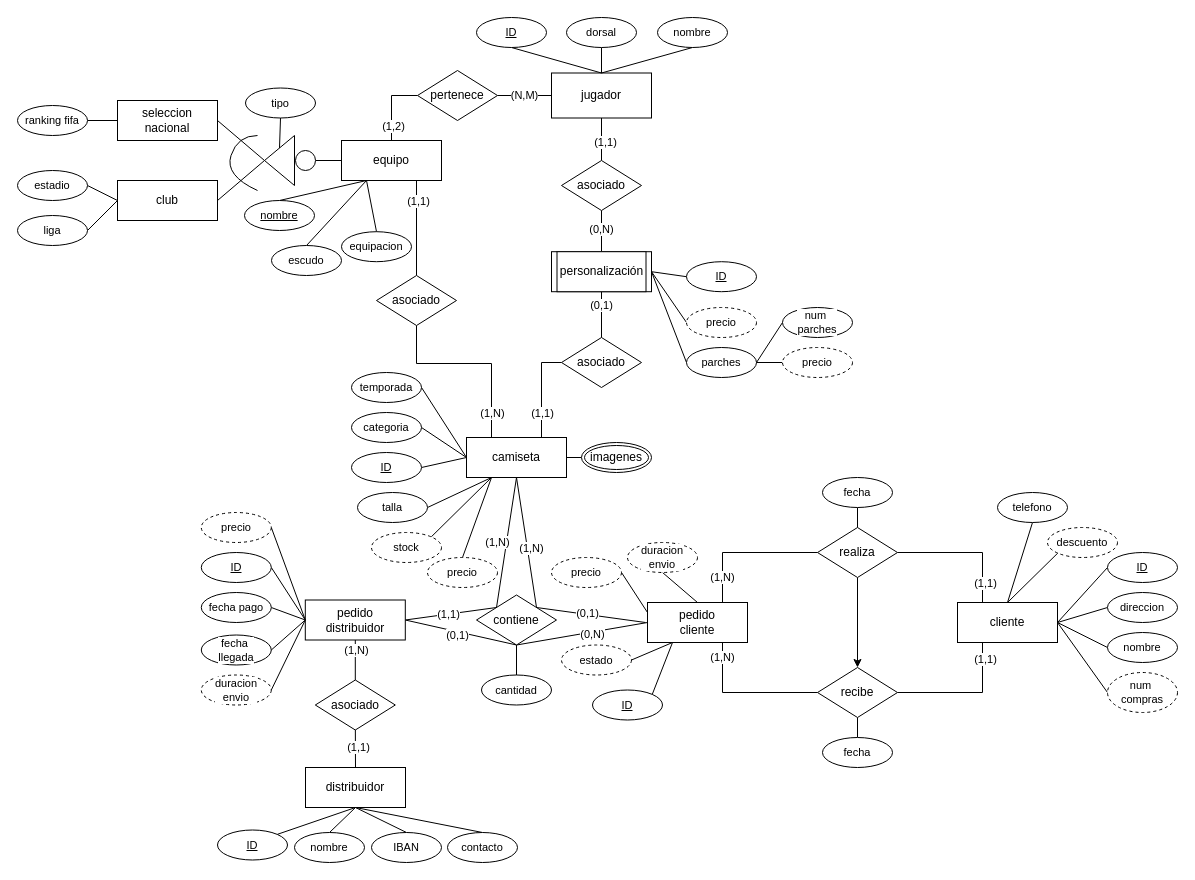
Above: pedidos_camisetas.drawio in Robertpm01/ADBD (draw.io), before the change. Source tidied: cells renumbered, new cells numbered last; positions are measured from the earlier drawing's top-left corner, leaving out a move shared by most shapes. Both pictures are drawn from the tidied source at 100%, with x=0, y=0 at pixel (17, 17).
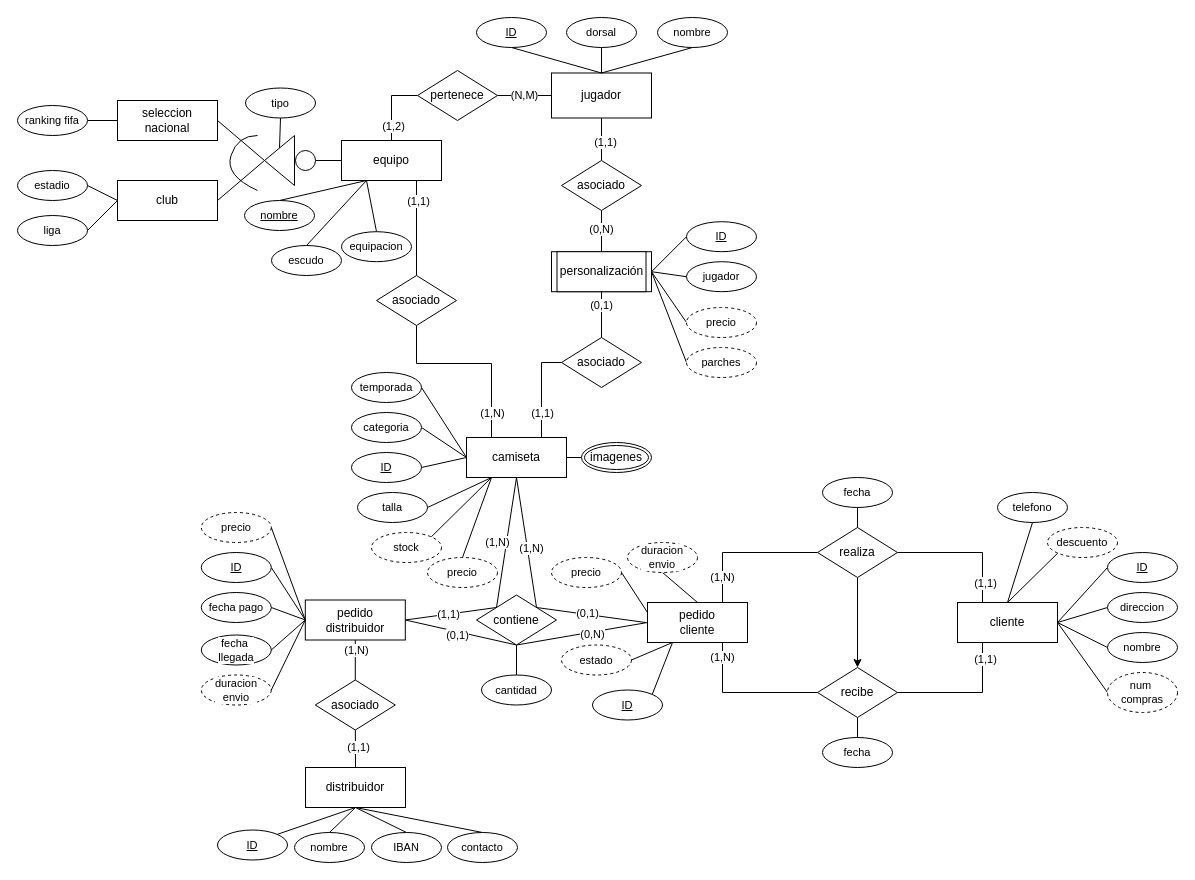
After the change.

The change refers to these unchanged cells:
```xml
<mxCell id="101" value="personalización" style="whiteSpace=wrap;html=1;align=center;" parent="1" vertex="1">
  <mxGeometry x="534" y="234.2" width="100" height="40" as="geometry" />
</mxCell>
```

Diff of the diagram source:
```diff
@@
+    <mxCell id="153" style="edgeStyle=none;shape=connector;rounded=0;jettySize=auto;html=1;exitX=1;exitY=0.5;exitDx=0;exitDy=0;entryX=0;entryY=0.5;entryDx=0;entryDy=0;strokeColor=default;align=center;verticalAlign=middle;fontFamily=Helvetica;fontSize=11;fontColor=default;labelBackgroundColor=default;endArrow=none;endFill=0;" parent="1" edge="1" source="101" target="154">
+      <mxGeometry relative="1" as="geometry" />
+    </mxCell>
@@
     <mxCell id="127" value="ID" style="ellipse;whiteSpace=wrap;html=1;align=center;fontStyle=4;fontFamily=Helvetica;fontSize=11;fontColor=default;labelBackgroundColor=default;" parent="1" vertex="1">
-      <mxGeometry x="669" y="244.2" width="70" height="30" as="geometry" />
+      <mxGeometry x="669" y="204.2" width="70" height="30" as="geometry" />
     </mxCell>
@@
-    <mxCell id="136" style="edgeStyle=none;shape=connector;rounded=0;jettySize=auto;html=1;exitX=1;exitY=0.5;exitDx=0;exitDy=0;entryX=0;entryY=0.5;entryDx=0;entryDy=0;strokeColor=default;align=center;verticalAlign=middle;fontFamily=Helvetica;fontSize=11;fontColor=default;labelBackgroundColor=default;endArrow=none;endFill=0;" parent="1" edge="1" source="137" target="140">
-      <mxGeometry relative="1" as="geometry" />
-    </mxCell>
-    <mxCell id="137" value="parches" style="ellipse;whiteSpace=wrap;html=1;align=center;fontFamily=Helvetica;fontSize=11;fontColor=default;labelBackgroundColor=default;" parent="1" vertex="1">
+    <mxCell id="137" value="parches" style="ellipse;whiteSpace=wrap;html=1;align=center;fontFamily=Helvetica;fontSize=11;fontColor=default;labelBackgroundColor=default;dashed=1;" parent="1" vertex="1">
       <mxGeometry x="669" y="330" width="70" height="30" as="geometry" />
     </mxCell>
-    <mxCell id="138" style="edgeStyle=none;shape=connector;rounded=0;jettySize=auto;html=1;exitX=0;exitY=0.5;exitDx=0;exitDy=0;entryX=1;entryY=0.5;entryDx=0;entryDy=0;strokeColor=default;align=center;verticalAlign=middle;fontFamily=Helvetica;fontSize=11;fontColor=default;labelBackgroundColor=default;endArrow=none;endFill=0;" parent="1" edge="1" source="139" target="137">
-      <mxGeometry relative="1" as="geometry" />
-    </mxCell>
-    <mxCell id="139" value="num&amp;nbsp;&lt;div&gt;parches&lt;/div&gt;" style="ellipse;whiteSpace=wrap;html=1;align=center;fontFamily=Helvetica;fontSize=11;fontColor=default;labelBackgroundColor=default;" parent="1" vertex="1">
-      <mxGeometry x="765" y="290" width="70" height="30" as="geometry" />
-    </mxCell>
-    <mxCell id="140" value="precio" style="ellipse;whiteSpace=wrap;html=1;align=center;fontFamily=Helvetica;fontSize=11;fontColor=default;labelBackgroundColor=default;dashed=1;" parent="1" vertex="1">
-      <mxGeometry x="765" y="330" width="70" height="30" as="geometry" />
-    </mxCell>
@@
+    <mxCell id="154" value="jugador" style="ellipse;whiteSpace=wrap;html=1;align=center;fontFamily=Helvetica;fontSize=11;fontColor=default;labelBackgroundColor=default;" parent="1" vertex="1">
+      <mxGeometry x="669" y="244.2" width="70" height="30" as="geometry" />
+    </mxCell>
```
